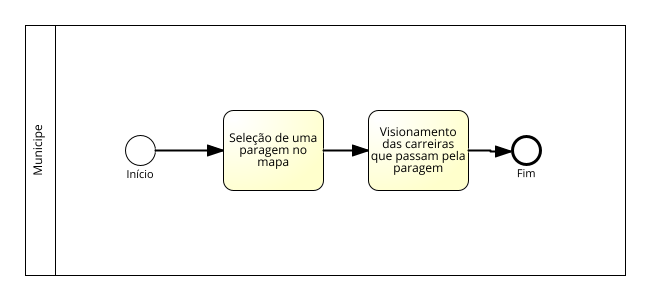
Municip-io-org/Municip.io keeps this BPMN diagram as BPMNs/Transportes Públicos/Images/RFT4.png. Above is the earlier version. Its source is kept beside it as BPMNs/Transportes Públicos/RFT4.bpmn. Ids are renumbered.
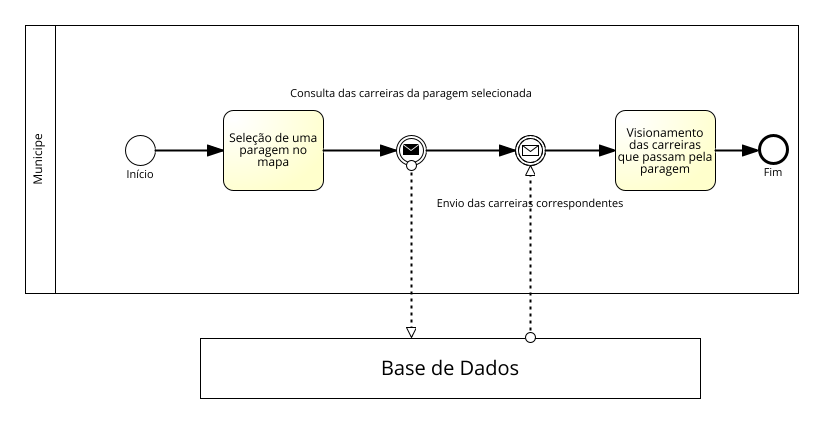
The same diagram one commit later.

Change to the diagram source:
```diff
@@ -1,11 +1,11 @@
-<?xml version="1.0" encoding="UTF-8"?><definitions xmlns="http://www.omg.org/spec/BPMN/20100524/MODEL" xmlns:bpmndi="http://www.omg.org/spec/BPMN/20100524/DI" xmlns:omgdc="http://www.omg.org/spec/DD/20100524/DC" xmlns:omgdi="http://www.omg.org/spec/DD/20100524/DI" xmlns:signavio="http://www.signavio.com" xmlns:xsi="http://www.w3.org/2001/XMLSchema-instance" exporter="Signavio Process Editor, http://www.signavio.com" exporterVersion="17.8.2" expressionLanguage="http://www.w3.org/TR/XPath" id="sid-3757026f-b7f9-4d82-9f1d-3a81cabca8ae" targetNamespace="http://www.signavio.com" typeLanguage="http://www.w3.org/2001/XMLSchema" xsi:schemaLocation="http://www.omg.org/spec/BPMN/20100524/MODEL http://www.omg.org/spec/BPMN/2.0/20100501/BPMN20.xsd">
-   <collaboration id="sid-49674a77-cc51-4948-8f35-02efe6f2dbf9">
+<?xml version="1.0" encoding="UTF-8"?><definitions xmlns="http://www.omg.org/spec/BPMN/20100524/MODEL" xmlns:bpmndi="http://www.omg.org/spec/BPMN/20100524/DI" xmlns:omgdc="http://www.omg.org/spec/DD/20100524/DC" xmlns:omgdi="http://www.omg.org/spec/DD/20100524/DI" xmlns:signavio="http://www.signavio.com" xmlns:xsi="http://www.w3.org/2001/XMLSchema-instance" exporter="Signavio Process Editor, http://www.signavio.com" exporterVersion="17.9.0" expressionLanguage="http://www.w3.org/TR/XPath" id="sid-3757026f-b7f9-4d82-9f1d-3a81cabca8ae" targetNamespace="http://www.signavio.com" typeLanguage="http://www.w3.org/2001/XMLSchema" xsi:schemaLocation="http://www.omg.org/spec/BPMN/20100524/MODEL http://www.omg.org/spec/BPMN/2.0/20100501/BPMN20.xsd">
+   <collaboration id="sid-122f4b5d-d9ce-410e-8820-712a3bc66623">
       <extensionElements>
          <signavio:signavioDiagramMetaData metaKey="prozessreifegrad" metaValue=""/>
          <signavio:signavioDiagramMetaData metaKey="iso9000ff" metaValue=""/>
          <signavio:signavioDiagramMetaData metaKey="processgoal" metaValue=""/>
          <signavio:signavioDiagramMetaData metaKey="meta-processowner" metaValue=""/>
-         <signavio:signavioDiagramMetaData metaKey="revisionid" metaValue="0a8f4f9954b74c7bae924f0745fd8cef"/>
+         <signavio:signavioDiagramMetaData metaKey="revisionid" metaValue="272bf6c7d88f4e7e9b2ce7dc313b6fc0"/>
       </extensionElements>
       <participant id="sid-79223ADF-DBF1-4921-AD66-B3869861D6CA" name="Municipe" processRef="sid-F1EC85BE-2E57-40D9-ADB0-4C8D3A52F269">
          <extensionElements>
@@ -13,10 +13,26 @@
             <signavio:signavioMetaData metaKey="bordercolor" metaValue="#000000"/>
          </extensionElements>
       </participant>
+      <participant id="sid-3E03DE5A-08A9-4D77-B701-CD40F1F328D4" name="Base de Dados">
+         <extensionElements>
+            <signavio:signavioMetaData metaKey="bgcolor" metaValue="#ffffff"/>
+            <signavio:signavioMetaData metaKey="bordercolor" metaValue="#000000"/>
+         </extensionElements>
+      </participant>
+      <messageFlow id="sid-6A6EA5CE-D3CF-49E8-8513-314CADB21882" name="" sourceRef="sid-54C4CB88-DFCE-4DDA-AC35-658411A31B32" targetRef="sid-3E03DE5A-08A9-4D77-B701-CD40F1F328D4">
+         <extensionElements>
+            <signavio:signavioMetaData metaKey="bordercolor" metaValue="#000000"/>
+         </extensionElements>
+      </messageFlow>
+      <messageFlow id="sid-78EB32B0-1581-4AB6-BA18-7AA54E2D017A" name="" sourceRef="sid-3E03DE5A-08A9-4D77-B701-CD40F1F328D4" targetRef="sid-743614B2-CB1E-47D1-9F3C-7FAC922E6B21">
+         <extensionElements>
+            <signavio:signavioMetaData metaKey="bordercolor" metaValue="#000000"/>
+         </extensionElements>
+      </messageFlow>
    </collaboration>
    <process id="sid-F1EC85BE-2E57-40D9-ADB0-4C8D3A52F269" isClosed="false" isExecutable="false" name="Municipe" processType="None">
       <extensionElements/>
-      <laneSet id="sid-df7e096a-c80a-477d-b414-6a1c2d5ea517">
+      <laneSet id="sid-3fba1345-324d-4266-9afc-1a6bce92839e">
          <lane id="sid-86A0A038-32BE-40EE-A46D-B1D05C5FD973">
             <extensionElements>
                <signavio:signavioMetaData metaKey="bgcolor" metaValue=""/>
@@ -26,13 +42,15 @@
             <flowNodeRef>sid-A5FD3A75-E9B6-4DF0-A458-97F7E976748A</flowNodeRef>
             <flowNodeRef>sid-B1BBAAA1-79C2-40F2-95D1-7423CF80F9EC</flowNodeRef>
             <flowNodeRef>sid-9F1A9981-C2E6-49E7-8794-852AD7F94292</flowNodeRef>
+            <flowNodeRef>sid-743614B2-CB1E-47D1-9F3C-7FAC922E6B21</flowNodeRef>
+            <flowNodeRef>sid-54C4CB88-DFCE-4DDA-AC35-658411A31B32</flowNodeRef>
          </lane>
       </laneSet>
-      <startEvent id="sid-03E5DB46-A978-4964-9AC8-05BDF8DFE455" name="Início">
+      <startEvent id="sid-03E5DB46-A978-4964-9AC8-05BDF8DFE455" isInterrupting="true" name="Início">
          <extensionElements>
             <signavio:signavioMetaData metaKey="bgcolor" metaValue="#ffffff"/>
             <signavio:signavioMetaData metaKey="bordercolor" metaValue="#000000"/>
-            <signavio:signavioMetaData metaKey="vorgngerprozesse" metaValue=""/>
+            <signavio:signavioMetaData metaKey="vorgngerprozesse" metaValue="[]"/>
          </extensionElements>
          <outgoing>sid-B7182B11-4F0F-4DAF-B526-602A7EE29E3F</outgoing>
       </startEvent>
@@ -42,12 +60,12 @@
             <signavio:signavioMetaData metaKey="bordercolor" metaValue="#000000"/>
             <signavio:signavioMetaData metaKey="erteiltfreigabe" metaValue=""/>
             <signavio:signavioMetaData metaKey="meta-risks" metaValue=""/>
-            <signavio:signavioMetaData metaKey="wirdkonsultiert" metaValue=""/>
-            <signavio:signavioMetaData metaKey="externaldocuments" metaValue=""/>
-            <signavio:signavioMetaData metaKey="wirdinformiert" metaValue=""/>
+            <signavio:signavioMetaData metaKey="wirdkonsultiert" metaValue="[]"/>
+            <signavio:signavioMetaData metaKey="externaldocuments" metaValue="[]"/>
+            <signavio:signavioMetaData metaKey="wirdinformiert" metaValue="[]"/>
          </extensionElements>
          <incoming>sid-B7182B11-4F0F-4DAF-B526-602A7EE29E3F</incoming>
-         <outgoing>sid-1D07E6BF-6BA2-4756-9ACD-E28009356966</outgoing>
+         <outgoing>sid-C24EF341-0D37-4322-92E3-7A5D44EE5C10</outgoing>
       </task>
       <task completionQuantity="1" id="sid-B1BBAAA1-79C2-40F2-95D1-7423CF80F9EC" isForCompensation="false" name="Visionamento das carreiras que passam pela paragem" startQuantity="1">
          <extensionElements>
@@ -55,91 +73,153 @@
             <signavio:signavioMetaData metaKey="bordercolor" metaValue="#000000"/>
             <signavio:signavioMetaData metaKey="erteiltfreigabe" metaValue=""/>
             <signavio:signavioMetaData metaKey="meta-risks" metaValue=""/>
-            <signavio:signavioMetaData metaKey="wirdkonsultiert" metaValue=""/>
-            <signavio:signavioMetaData metaKey="externaldocuments" metaValue=""/>
-            <signavio:signavioMetaData metaKey="wirdinformiert" metaValue=""/>
+            <signavio:signavioMetaData metaKey="wirdkonsultiert" metaValue="[]"/>
+            <signavio:signavioMetaData metaKey="externaldocuments" metaValue="[]"/>
+            <signavio:signavioMetaData metaKey="wirdinformiert" metaValue="[]"/>
          </extensionElements>
-         <incoming>sid-1D07E6BF-6BA2-4756-9ACD-E28009356966</incoming>
+         <incoming>sid-F81E6973-44B9-44FA-A14D-63DD94752360</incoming>
          <outgoing>sid-CE582422-447C-46CA-A6C4-A7CAC75D23B6</outgoing>
       </task>
       <endEvent id="sid-9F1A9981-C2E6-49E7-8794-852AD7F94292" name="Fim">
          <extensionElements>
             <signavio:signavioMetaData metaKey="bgcolor" metaValue="#ffffff"/>
             <signavio:signavioMetaData metaKey="bordercolor" metaValue="#000000"/>
-            <signavio:signavioMetaData metaKey="nachfolgerprozesse" metaValue=""/>
+            <signavio:signavioMetaData metaKey="nachfolgerprozesse" metaValue="[]"/>
          </extensionElements>
          <incoming>sid-CE582422-447C-46CA-A6C4-A7CAC75D23B6</incoming>
       </endEvent>
-      <sequenceFlow id="sid-B7182B11-4F0F-4DAF-B526-602A7EE29E3F" name="" sourceRef="sid-03E5DB46-A978-4964-9AC8-05BDF8DFE455" targetRef="sid-A5FD3A75-E9B6-4DF0-A458-97F7E976748A">
+      <intermediateCatchEvent id="sid-743614B2-CB1E-47D1-9F3C-7FAC922E6B21" name="Envio das carreiras correspondentes">
+         <extensionElements>
+            <signavio:signavioMetaData metaKey="bgcolor" metaValue="#ffffff"/>
+            <signavio:signavioMetaData metaKey="bordercolor" metaValue="#000000"/>
+            <signavio:signavioLabel ref="text_name" valign="middle" x="15.0" y="68.0"/>
+         </extensionElements>
+         <incoming>sid-3275E6A8-B357-439D-B259-B26A99C90AD0</incoming>
+         <outgoing>sid-F81E6973-44B9-44FA-A14D-63DD94752360</outgoing>
+         <messageEventDefinition id="sid-c6d94c0c-1c5b-4550-b069-a999c128af72"/>
+      </intermediateCatchEvent>
+      <intermediateThrowEvent id="sid-54C4CB88-DFCE-4DDA-AC35-658411A31B32" name="Consulta das carreiras da paragem selecionada">
+         <extensionElements>
+            <signavio:signavioMetaData metaKey="bgcolor" metaValue="#ffffff"/>
+            <signavio:signavioMetaData metaKey="bordercolor" metaValue="#000000"/>
+            <signavio:signavioLabel ref="text_name" valign="middle" x="15.0" y="-42.0"/>
+         </extensionElements>
+         <incoming>sid-C24EF341-0D37-4322-92E3-7A5D44EE5C10</incoming>
+         <outgoing>sid-3275E6A8-B357-439D-B259-B26A99C90AD0</outgoing>
+         <messageEventDefinition id="sid-c3a0885f-e6ad-44ee-9325-b55a4d97e782"/>
+      </intermediateThrowEvent>
+      <sequenceFlow id="sid-B7182B11-4F0F-4DAF-B526-602A7EE29E3F" isImmediate="true" name="" sourceRef="sid-03E5DB46-A978-4964-9AC8-05BDF8DFE455" targetRef="sid-A5FD3A75-E9B6-4DF0-A458-97F7E976748A">
          <extensionElements>
             <signavio:signavioMetaData metaKey="bordercolor" metaValue="#000000"/>
          </extensionElements>
       </sequenceFlow>
-      <sequenceFlow id="sid-1D07E6BF-6BA2-4756-9ACD-E28009356966" name="" sourceRef="sid-A5FD3A75-E9B6-4DF0-A458-97F7E976748A" targetRef="sid-B1BBAAA1-79C2-40F2-95D1-7423CF80F9EC">
+      <sequenceFlow id="sid-CE582422-447C-46CA-A6C4-A7CAC75D23B6" isImmediate="true" name="" sourceRef="sid-B1BBAAA1-79C2-40F2-95D1-7423CF80F9EC" targetRef="sid-9F1A9981-C2E6-49E7-8794-852AD7F94292">
          <extensionElements>
             <signavio:signavioMetaData metaKey="bordercolor" metaValue="#000000"/>
          </extensionElements>
       </sequenceFlow>
-      <sequenceFlow id="sid-CE582422-447C-46CA-A6C4-A7CAC75D23B6" name="" sourceRef="sid-B1BBAAA1-79C2-40F2-95D1-7423CF80F9EC" targetRef="sid-9F1A9981-C2E6-49E7-8794-852AD7F94292">
+      <sequenceFlow id="sid-C24EF341-0D37-4322-92E3-7A5D44EE5C10" name="" sourceRef="sid-A5FD3A75-E9B6-4DF0-A458-97F7E976748A" targetRef="sid-54C4CB88-DFCE-4DDA-AC35-658411A31B32">
+         <extensionElements>
+            <signavio:signavioMetaData metaKey="bordercolor" metaValue="#000000"/>
+         </extensionElements>
+      </sequenceFlow>
+      <sequenceFlow id="sid-3275E6A8-B357-439D-B259-B26A99C90AD0" name="" sourceRef="sid-54C4CB88-DFCE-4DDA-AC35-658411A31B32" targetRef="sid-743614B2-CB1E-47D1-9F3C-7FAC922E6B21">
+         <extensionElements>
+            <signavio:signavioMetaData metaKey="bordercolor" metaValue="#000000"/>
+         </extensionElements>
+      </sequenceFlow>
+      <sequenceFlow id="sid-F81E6973-44B9-44FA-A14D-63DD94752360" name="" sourceRef="sid-743614B2-CB1E-47D1-9F3C-7FAC922E6B21" targetRef="sid-B1BBAAA1-79C2-40F2-95D1-7423CF80F9EC">
          <extensionElements>
             <signavio:signavioMetaData metaKey="bordercolor" metaValue="#000000"/>
          </extensionElements>
       </sequenceFlow>
    </process>
-   <bpmndi:BPMNDiagram id="sid-3e4ff0dd-3746-46ed-a04a-efb17bae28d8">
-      <bpmndi:BPMNPlane bpmnElement="sid-49674a77-cc51-4948-8f35-02efe6f2dbf9" id="sid-6b416525-1a71-48d6-bad2-ec03c90c2c41">
+   <bpmndi:BPMNDiagram id="sid-cf9d9cd4-8017-442f-9785-385ba63f70e4">
+      <bpmndi:BPMNPlane bpmnElement="sid-122f4b5d-d9ce-410e-8820-712a3bc66623" id="sid-7250d9da-12cb-40de-a32d-b1f38649fd13">
          <bpmndi:BPMNShape bpmnElement="sid-79223ADF-DBF1-4921-AD66-B3869861D6CA" id="sid-79223ADF-DBF1-4921-AD66-B3869861D6CA_gui" isHorizontal="true">
-            <omgdc:Bounds height="250.0" width="600.0" x="310.0" y="130.0"/>
-            <bpmndi:BPMNLabel labelStyle="sid-bfc63766-7463-4cc3-ae6b-576707be8485">
-               <omgdc:Bounds height="45.514286041259766" width="12.0" x="315.0" y="232.24285697937012"/>
+            <omgdc:Bounds height="267.9999997317791" width="772.9999974220991" x="310.0" y="130.0"/>
+            <bpmndi:BPMNLabel labelStyle="sid-4f35b1da-201a-440a-9df1-f23b87dbc715">
+               <omgdc:Bounds height="45.514286041259766" width="12.0" x="315.00000013411045" y="241.24285684525967"/>
+            </bpmndi:BPMNLabel>
+         </bpmndi:BPMNShape>
+         <bpmndi:BPMNShape bpmnElement="sid-3E03DE5A-08A9-4D77-B701-CD40F1F328D4" id="sid-3E03DE5A-08A9-4D77-B701-CD40F1F328D4_gui" isHorizontal="true">
+            <omgdc:Bounds height="60.0" width="500.0" x="485.0" y="442.9999997317791"/>
+            <bpmndi:BPMNLabel labelStyle="sid-4f35b1da-201a-440a-9df1-f23b87dbc715">
+               <omgdc:Bounds height="20.0" width="136.28570556640625" x="666.8571472167969" y="459.9999997317791"/>
             </bpmndi:BPMNLabel>
          </bpmndi:BPMNShape>
          <bpmndi:BPMNShape bpmnElement="sid-86A0A038-32BE-40EE-A46D-B1D05C5FD973" id="sid-86A0A038-32BE-40EE-A46D-B1D05C5FD973_gui" isHorizontal="true">
-            <omgdc:Bounds height="250.0" width="570.0" x="340.0" y="130.0"/>
+            <omgdc:Bounds height="267.9999997317791" width="742.9999974220991" x="340.0" y="130.0"/>
          </bpmndi:BPMNShape>
          <bpmndi:BPMNShape bpmnElement="sid-03E5DB46-A978-4964-9AC8-05BDF8DFE455" id="sid-03E5DB46-A978-4964-9AC8-05BDF8DFE455_gui">
             <omgdc:Bounds height="30.0" width="30.0" x="410.0" y="239.99999642372137"/>
-            <bpmndi:BPMNLabel labelStyle="sid-9a062aed-b256-4185-973b-fb4e0d7c036b">
+            <bpmndi:BPMNLabel labelStyle="sid-ff39191c-42ba-40e1-88f1-313f4b3fd441">
                <omgdc:Bounds height="11.0" width="29.700000762939453" x="410.1499996185303" y="271.99999642372137"/>
             </bpmndi:BPMNLabel>
          </bpmndi:BPMNShape>
          <bpmndi:BPMNShape bpmnElement="sid-A5FD3A75-E9B6-4DF0-A458-97F7E976748A" id="sid-A5FD3A75-E9B6-4DF0-A458-97F7E976748A_gui">
-            <omgdc:Bounds height="80.0" width="100.0" x="508.1874834076278" y="214.99999679625043"/>
-            <bpmndi:BPMNLabel labelStyle="sid-bfc63766-7463-4cc3-ae6b-576707be8485">
+            <omgdc:Bounds height="80.00000000000003" width="99.99999999999994" x="508.1874834076278" y="214.99999679625043"/>
+            <bpmndi:BPMNLabel labelStyle="sid-4f35b1da-201a-440a-9df1-f23b87dbc715">
                <omgdc:Bounds height="36.00000000000003" width="87.17141723632812" x="514.6017747894637" y="234.99999679625043"/>
             </bpmndi:BPMNLabel>
          </bpmndi:BPMNShape>
          <bpmndi:BPMNShape bpmnElement="sid-B1BBAAA1-79C2-40F2-95D1-7423CF80F9EC" id="sid-B1BBAAA1-79C2-40F2-95D1-7423CF80F9EC_gui">
-            <omgdc:Bounds height="80.0" width="100.0" x="653.1874834076277" y="214.99999321997183"/>
-            <bpmndi:BPMNLabel labelStyle="sid-bfc63766-7463-4cc3-ae6b-576707be8485">
-               <omgdc:Bounds height="48.0" width="91.028564453125" x="657.6732011810652" y="228.99999321997183"/>
+            <omgdc:Bounds height="80.0" width="100.0" x="899.9999865889552" y="215.87068409520728"/>
+            <bpmndi:BPMNLabel labelStyle="sid-4f35b1da-201a-440a-9df1-f23b87dbc715">
+               <omgdc:Bounds height="47.99999999999997" width="91.028564453125" x="904.4857043623927" y="229.87068409520728"/>
             </bpmndi:BPMNLabel>
          </bpmndi:BPMNShape>
          <bpmndi:BPMNShape bpmnElement="sid-9F1A9981-C2E6-49E7-8794-852AD7F94292" id="sid-9F1A9981-C2E6-49E7-8794-852AD7F94292_gui">
-            <omgdc:Bounds height="28.0" width="28.0" x="798.1874834076277" y="242.12930231493405"/>
-            <bpmndi:BPMNLabel labelStyle="sid-9a062aed-b256-4185-973b-fb4e0d7c036b">
-               <omgdc:Bounds height="11.0" width="16.97142791748047" x="803.7017694488875" y="272.1293023149341"/>
+            <omgdc:Bounds height="30.0" width="30.0" x="1043.9999865889552" y="239.99998246133407"/>
+            <bpmndi:BPMNLabel labelStyle="sid-ff39191c-42ba-40e1-88f1-313f4b3fd441">
+               <omgdc:Bounds height="11.0" width="16.97142791748047" x="1049.514272630215" y="269.99998246133407"/>
+            </bpmndi:BPMNLabel>
+         </bpmndi:BPMNShape>
+         <bpmndi:BPMNShape bpmnElement="sid-743614B2-CB1E-47D1-9F3C-7FAC922E6B21" id="sid-743614B2-CB1E-47D1-9F3C-7FAC922E6B21_gui">
+            <omgdc:Bounds height="30.0" width="30.0" x="799.9999880790713" y="239.9999860376125"/>
+            <bpmndi:BPMNLabel labelStyle="sid-ff39191c-42ba-40e1-88f1-313f4b3fd441">
+               <omgdc:Bounds height="11.0" width="181.7357177734375" x="724.1321291923525" y="300.99998603761253"/>
+            </bpmndi:BPMNLabel>
+         </bpmndi:BPMNShape>
+         <bpmndi:BPMNShape bpmnElement="sid-54C4CB88-DFCE-4DDA-AC35-658411A31B32" id="sid-54C4CB88-DFCE-4DDA-AC35-658411A31B32_gui">
+            <omgdc:Bounds height="30.0" width="30.0" x="680.9999898523093" y="239.999989613891"/>
+            <bpmndi:BPMNLabel labelStyle="sid-ff39191c-42ba-40e1-88f1-313f4b3fd441">
+               <omgdc:Bounds height="11.0" width="233.35714721679688" x="579.3214162439109" y="190.999989613891"/>
             </bpmndi:BPMNLabel>
          </bpmndi:BPMNShape>
          <bpmndi:BPMNEdge bpmnElement="sid-B7182B11-4F0F-4DAF-B526-602A7EE29E3F" id="sid-B7182B11-4F0F-4DAF-B526-602A7EE29E3F_gui">
             <omgdi:waypoint x="440.0" y="254.9999964656768"/>
             <omgdi:waypoint x="508.1874834076278" y="254.99999665639905"/>
          </bpmndi:BPMNEdge>
-         <bpmndi:BPMNEdge bpmnElement="sid-1D07E6BF-6BA2-4756-9ACD-E28009356966" id="sid-1D07E6BF-6BA2-4756-9ACD-E28009356966_gui">
-            <omgdi:waypoint x="608.1874834076277" y="254.9999955630509"/>
-            <omgdi:waypoint x="653.1874834076277" y="254.99999445317135"/>
+         <bpmndi:BPMNEdge bpmnElement="sid-CE582422-447C-46CA-A6C4-A7CAC75D23B6" id="sid-CE582422-447C-46CA-A6C4-A7CAC75D23B6_gui">
+            <omgdi:waypoint x="999.9999865889552" y="255.87068409520728"/>
+            <omgdi:waypoint x="1043.9999865889552" y="255.22134728350522"/>
          </bpmndi:BPMNEdge>
-         <bpmndi:BPMNEdge bpmnElement="sid-CE582422-447C-46CA-A6C4-A7CAC75D23B6" id="sid-CE582422-447C-46CA-A6C4-A7CAC75D23B6_gui">
-            <omgdi:waypoint x="753.1874834076277" y="254.99999321997183"/>
-            <omgdi:waypoint x="775.6874834076277" y="254.99999321997183"/>
-            <omgdi:waypoint x="775.6874834076277" y="256.1293023149341"/>
-            <omgdi:waypoint x="798.1874834076277" y="256.1293023149341"/>
+         <bpmndi:BPMNEdge bpmnElement="sid-C24EF341-0D37-4322-92E3-7A5D44EE5C10" id="sid-C24EF341-0D37-4322-92E3-7A5D44EE5C10_gui">
+            <omgdi:waypoint x="608.1874834076277" y="254.99999419040589"/>
+            <omgdi:waypoint x="680.9999898523093" y="254.99999039564437"/>
+         </bpmndi:BPMNEdge>
+         <bpmndi:BPMNEdge bpmnElement="sid-3275E6A8-B357-439D-B259-B26A99C90AD0" id="sid-3275E6A8-B357-439D-B259-B26A99C90AD0_gui">
+            <omgdi:waypoint x="710.9999898523093" y="254.99998916309957"/>
+            <omgdi:waypoint x="799.9999880790713" y="254.99998648840392"/>
+         </bpmndi:BPMNEdge>
+         <bpmndi:BPMNEdge bpmnElement="sid-F81E6973-44B9-44FA-A14D-63DD94752360" id="sid-F81E6973-44B9-44FA-A14D-63DD94752360_gui">
+            <omgdi:waypoint x="829.9999880790713" y="255.096730267302"/>
+            <omgdi:waypoint x="899.9999865889552" y="255.54820332957564"/>
+         </bpmndi:BPMNEdge>
+         <bpmndi:BPMNEdge bpmnElement="sid-6A6EA5CE-D3CF-49E8-8513-314CADB21882" id="sid-6A6EA5CE-D3CF-49E8-8513-314CADB21882_gui">
+            <omgdi:waypoint x="695.9999898523093" y="269.999989613891"/>
+            <omgdi:waypoint x="695.9999898523093" y="442.9999997317791"/>
+         </bpmndi:BPMNEdge>
+         <bpmndi:BPMNEdge bpmnElement="sid-78EB32B0-1581-4AB6-BA18-7AA54E2D017A" id="sid-78EB32B0-1581-4AB6-BA18-7AA54E2D017A_gui">
+            <omgdi:waypoint x="814.9999880790713" y="442.9999997317791"/>
+            <omgdi:waypoint x="814.9999880790713" y="269.99998603761253"/>
          </bpmndi:BPMNEdge>
       </bpmndi:BPMNPlane>
-      <bpmndi:BPMNLabelStyle id="sid-9a062aed-b256-4185-973b-fb4e0d7c036b">
+      <bpmndi:BPMNLabelStyle id="sid-ff39191c-42ba-40e1-88f1-313f4b3fd441">
          <omgdc:Font isBold="false" isItalic="false" isStrikeThrough="false" isUnderline="false" name="Arial" size="11.0"/>
       </bpmndi:BPMNLabelStyle>
-      <bpmndi:BPMNLabelStyle id="sid-bfc63766-7463-4cc3-ae6b-576707be8485">
+      <bpmndi:BPMNLabelStyle id="sid-4f35b1da-201a-440a-9df1-f23b87dbc715">
          <omgdc:Font isBold="false" isItalic="false" isStrikeThrough="false" isUnderline="false" name="Arial" size="12.0"/>
       </bpmndi:BPMNLabelStyle>
    </bpmndi:BPMNDiagram>
```
